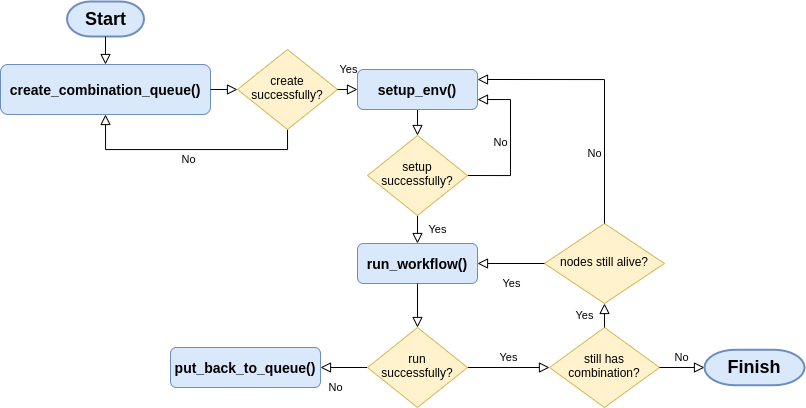
Earlier version of the draw.io export images/experiment_flowchart.png (ntlinh16/cloudal). Source tidied: cells renumbered, new cells last; positions are measured from the earlier drawing's top-left corner, leaving out a move shared by most shapes.
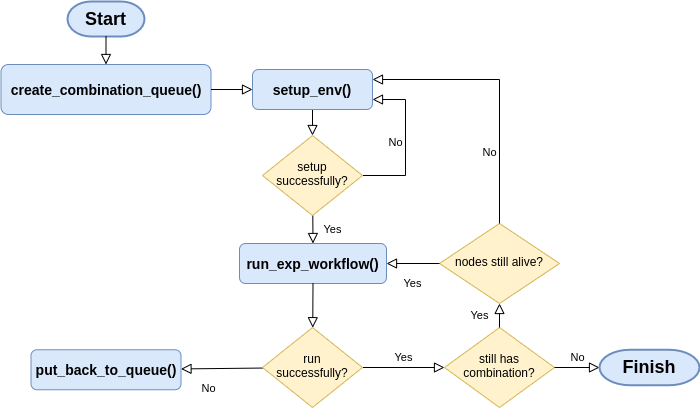
After the change.

The edit, as a diff of the source:
```diff
@@ -32,10 +32,10 @@
       <mxGeometry x="367" y="326" width="100" height="80" as="geometry" />
     </mxCell>
     <mxCell id="10" value="&lt;font style=&quot;font-size: 14px&quot;&gt;&lt;b&gt;put_back_to_queue()&lt;/b&gt;&lt;/font&gt;" style="rounded=1;whiteSpace=wrap;html=1;fontSize=12;glass=0;strokeWidth=1;shadow=0;fillColor=#dae8fc;strokeColor=#6c8ebf;" parent="1" vertex="1">
-      <mxGeometry x="170" y="346" width="150" height="40" as="geometry" />
+      <mxGeometry x="135.5" y="348.2" width="150" height="40" as="geometry" />
     </mxCell>
-    <mxCell id="11" value="&lt;font style=&quot;font-size: 14px&quot;&gt;&lt;b&gt;run_workflow()&lt;/b&gt;&lt;/font&gt;" style="rounded=1;whiteSpace=wrap;html=1;fontSize=12;glass=0;strokeWidth=1;shadow=0;fillColor=#dae8fc;strokeColor=#6c8ebf;" parent="1" vertex="1">
-      <mxGeometry x="357" y="242" width="120" height="40" as="geometry" />
+    <mxCell id="11" value="&lt;font style=&quot;font-size: 14px&quot;&gt;&lt;b&gt;run_exp_workflow()&lt;/b&gt;&lt;/font&gt;" style="rounded=1;whiteSpace=wrap;html=1;fontSize=12;glass=0;strokeWidth=1;shadow=0;fillColor=#dae8fc;strokeColor=#6c8ebf;" parent="1" vertex="1">
+      <mxGeometry x="344" y="242" width="147" height="40" as="geometry" />
     </mxCell>
     <mxCell id="12" value="still has combination?" style="rhombus;whiteSpace=wrap;html=1;shadow=0;fontFamily=Helvetica;fontSize=12;align=center;strokeWidth=1;spacing=6;spacingTop=-4;fillColor=#fff2cc;strokeColor=#d6b656;" parent="1" vertex="1">
       <mxGeometry x="549" y="326" width="110" height="80" as="geometry" />
@@ -59,7 +59,7 @@
       <mxGeometry relative="1" as="geometry" />
     </mxCell>
     <mxCell id="19" value="&lt;b&gt;&lt;font style=&quot;font-size: 18px&quot;&gt;Start&lt;/font&gt;&lt;/b&gt;" style="strokeWidth=2;html=1;shape=mxgraph.flowchart.terminator;whiteSpace=wrap;fillColor=#dae8fc;strokeColor=#6c8ebf;" parent="1" vertex="1">
-      <mxGeometry x="66.5" width="77" height="35" as="geometry" />
+      <mxGeometry x="172" width="77" height="35" as="geometry" />
     </mxCell>
     <mxCell id="20" style="rounded=0;html=1;jettySize=auto;fontSize=11;endArrow=block;endFill=0;endSize=8;strokeWidth=1;shadow=0;labelBackgroundColor=none;exitX=0.5;exitY=1;exitDx=0;exitDy=0;exitPerimeter=0;entryX=0.5;entryY=0;entryDx=0;entryDy=0;" parent="1" edge="1" source="19" target="22">
       <mxGeometry relative="1" as="geometry" />
@@ -68,24 +68,10 @@
       <mxGeometry x="704" y="348.2" width="100" height="35.5" as="geometry" />
     </mxCell>
     <mxCell id="22" value="&lt;font style=&quot;font-size: 14px&quot;&gt;&lt;b&gt;create_combination_queue()&lt;br&gt;&lt;/b&gt;&lt;/font&gt;" style="rounded=1;whiteSpace=wrap;html=1;fontSize=12;glass=0;strokeWidth=1;shadow=0;fillColor=#dae8fc;strokeColor=#6c8ebf;" parent="1" vertex="1">
-      <mxGeometry y="63" width="210" height="50" as="geometry" />
+      <mxGeometry x="105.5" y="63" width="210" height="50" as="geometry" />
     </mxCell>
-    <mxCell id="23" style="rounded=0;html=1;jettySize=auto;fontSize=11;endArrow=block;endFill=0;endSize=8;strokeWidth=1;shadow=0;labelBackgroundColor=none;exitX=1;exitY=0.5;exitDx=0;exitDy=0;" parent="1" edge="1" source="22" target="25">
+    <mxCell id="23" style="rounded=0;html=1;jettySize=auto;fontSize=11;endArrow=block;endFill=0;endSize=8;strokeWidth=1;shadow=0;labelBackgroundColor=none;exitX=1;exitY=0.5;exitDx=0;exitDy=0;entryX=0;entryY=0.5;entryDx=0;entryDy=0;" parent="1" edge="1" source="22" target="3">
       <mxGeometry relative="1" as="geometry" />
     </mxCell>
-    <mxCell id="24" value="No" style="rounded=0;html=1;jettySize=auto;fontSize=11;endArrow=block;endFill=0;endSize=8;strokeWidth=1;shadow=0;labelBackgroundColor=none;exitX=0.5;exitY=1;exitDx=0;exitDy=0;edgeStyle=orthogonalEdgeStyle;entryX=0.5;entryY=1;entryDx=0;entryDy=0;" parent="1" edge="1" source="25" target="22">
-      <mxGeometry y="10" relative="1" as="geometry">
-        <Array as="points">
-          <mxPoint x="287" y="148" />
-          <mxPoint x="105" y="148" />
-        </Array>
-      </mxGeometry>
-    </mxCell>
-    <mxCell id="25" value="create&lt;br&gt;successfully?" style="rhombus;whiteSpace=wrap;html=1;shadow=0;fontFamily=Helvetica;fontSize=12;align=center;strokeWidth=1;spacing=6;spacingTop=-4;fillColor=#fff2cc;strokeColor=#d6b656;" parent="1" vertex="1">
-      <mxGeometry x="237" y="48" width="100" height="80" as="geometry" />
-    </mxCell>
-    <mxCell id="26" value="Yes" style="rounded=0;html=1;jettySize=auto;fontSize=11;endArrow=block;endFill=0;endSize=8;strokeWidth=1;shadow=0;labelBackgroundColor=none;entryX=0;entryY=0.5;entryDx=0;entryDy=0;exitX=1;exitY=0.5;exitDx=0;exitDy=0;" parent="1" edge="1" source="25" target="3">
-      <mxGeometry y="20" relative="1" as="geometry" />
-    </mxCell>
   </root>
 </mxGraphModel>
```
